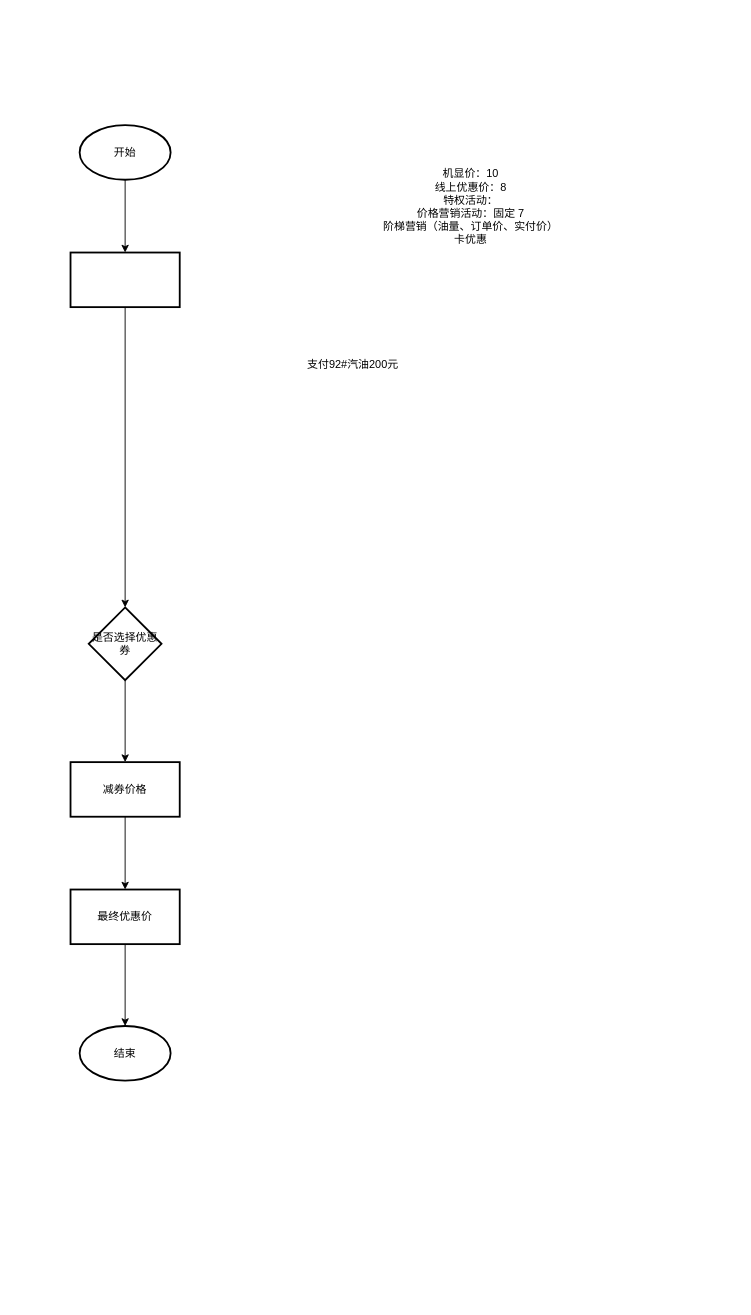
Earlier version of the draw.io diagram page "结算" (3 of 3) of 富能吧.drawio (charminghiker/inventory). Source tidied: cells renumbered, new cells numbered last; positions are measured from the earlier drawing's top-left corner, leaving out a move shared by most shapes. Both pictures are drawn from the tidied source at 91%, with x=0, y=0 at pixel (70, 125).
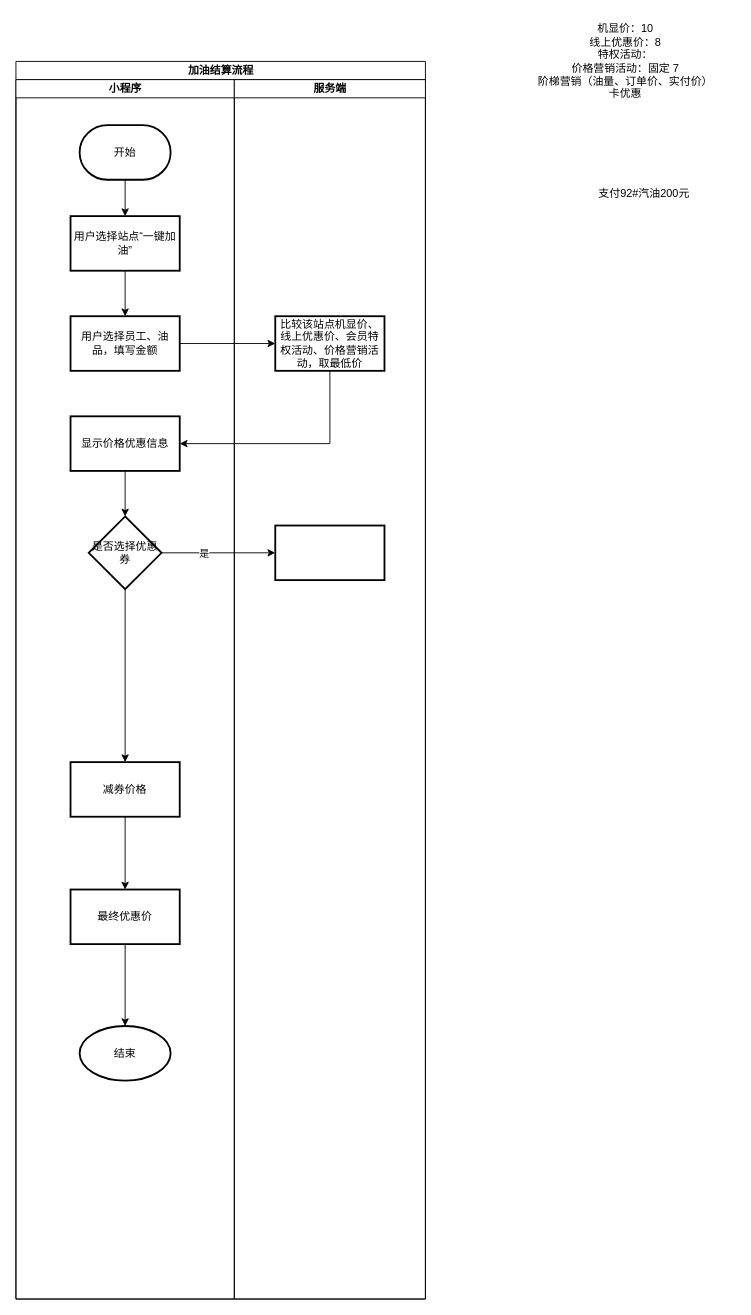
The same diagram, later.

Commit message:
更新富能吧.drawio

Diff of the diagram source:
```diff
@@
-    <mxCell id="2" style="edgeStyle=orthogonalEdgeStyle;rounded=0;jettySize=auto;html=1;" parent="1" edge="1" source="3" target="5">
+    <mxCell id="2" style="edgeStyle=orthogonalEdgeStyle;rounded=0;jettySize=auto;html=1;exitX=0.5;exitY=1;exitDx=0;exitDy=0;exitPerimeter=0;" parent="1" edge="1" source="3" target="5">
       <mxGeometry relative="1" as="geometry" />
     </mxCell>
-    <mxCell id="3" value="开始" style="strokeWidth=2;html=1;shape=mxgraph.flowchart.start_1;whiteSpace=wrap;" parent="1" vertex="1">
-      <mxGeometry x="10" width="100" height="60" as="geometry" />
-    </mxCell>
-    <mxCell id="4" style="edgeStyle=orthogonalEdgeStyle;rounded=0;jettySize=auto;html=1;" parent="1" edge="1" source="5" target="8">
-      <mxGeometry relative="1" as="geometry" />
-    </mxCell>
+    <mxCell id="15" style="edgeStyle=orthogonalEdgeStyle;rounded=0;jettySize=auto;html=1;" parent="1" edge="1" source="5" target="17">
+      <mxGeometry relative="1" as="geometry" />
+    </mxCell>
-    <mxCell id="5" style="whiteSpace=wrap;html=1;strokeWidth=2;" parent="1" vertex="1">
-      <mxGeometry y="140" width="120" height="60" as="geometry" />
+    <mxCell id="5" value="用户选择站点“一键加油”" style="whiteSpace=wrap;html=1;strokeWidth=2;" parent="1" vertex="1">
+      <mxGeometry y="100" width="120" height="60" as="geometry" />
     </mxCell>
     <mxCell id="6" value="机显价：10&lt;br&gt;线上优惠价：8&lt;br&gt;特权活动：&lt;br&gt;价格营销活动：固定 7&lt;br&gt;阶梯营销（油量、订单价、实付价）&lt;br&gt;卡优惠" style="text;html=1;strokeColor=none;fillColor=none;align=center;verticalAlign=middle;whiteSpace=wrap;rounded=0;" parent="1" vertex="1">
-      <mxGeometry x="320" y="40" width="240" height="100" as="geometry" />
+      <mxGeometry x="490" y="-120" width="240" height="100" as="geometry" />
     </mxCell>
@@
-    <mxCell id="8" value="是否选择优惠券" style="rhombus;whiteSpace=wrap;html=1;strokeWidth=2;" parent="1" vertex="1">
-      <mxGeometry x="20" y="530" width="80" height="80" as="geometry" />
-    </mxCell>
@@
     <mxCell id="14" value="支付92#汽油200元" style="text;html=1;align=center;verticalAlign=middle;strokeColor=none;fillColor=none;" parent="1" vertex="1">
-      <mxGeometry x="250" y="248" width="120" height="30" as="geometry" />
+      <mxGeometry x="570" y="60" width="120" height="30" as="geometry" />
     </mxCell>
+    <mxCell id="16" style="edgeStyle=orthogonalEdgeStyle;rounded=0;jettySize=auto;html=1;" parent="1" edge="1" source="17" target="23">
+      <mxGeometry relative="1" as="geometry" />
+    </mxCell>
+    <mxCell id="17" value="用户选择员工、油品，填写金额" style="whiteSpace=wrap;html=1;strokeWidth=2;" parent="1" vertex="1">
+      <mxGeometry y="210" width="120" height="60" as="geometry" />
+    </mxCell>
+    <mxCell id="3" value="开始" style="strokeWidth=2;html=1;shape=mxgraph.flowchart.terminator;whiteSpace=wrap;" parent="1" vertex="1">
+      <mxGeometry x="10" width="100" height="60" as="geometry" />
+    </mxCell>
+    <mxCell id="18" value="加油结算流程" style="swimlane;startSize=20;html=1;" parent="1" vertex="1">
+      <mxGeometry x="-60" y="-70" width="450" height="1360" as="geometry" />
+    </mxCell>
+    <mxCell id="19" value="小程序" style="swimlane;startSize=20;html=1;" parent="18" vertex="1">
+      <mxGeometry y="20" width="240" height="1340" as="geometry" />
+    </mxCell>
+    <mxCell id="20" style="edgeStyle=orthogonalEdgeStyle;rounded=0;jettySize=auto;html=1;" parent="19" edge="1" source="21" target="8">
+      <mxGeometry relative="1" as="geometry" />
+    </mxCell>
+    <mxCell id="21" value="显示价格优惠信息" style="whiteSpace=wrap;html=1;strokeWidth=2;" parent="19" vertex="1">
+      <mxGeometry x="60" y="370" width="120" height="60" as="geometry" />
+    </mxCell>
+    <mxCell id="8" value="是否选择优惠券" style="rhombus;whiteSpace=wrap;html=1;strokeWidth=2;" parent="19" vertex="1">
+      <mxGeometry x="80" y="480" width="80" height="80" as="geometry" />
+    </mxCell>
+    <mxCell id="22" value="服务端" style="swimlane;startSize=20;html=1;" parent="18" vertex="1">
+      <mxGeometry x="240" y="20" width="210" height="1340" as="geometry" />
+    </mxCell>
+    <mxCell id="23" value="比较该站点机显价、线上优惠价、会员特权活动、价格营销活动，取最低价" style="whiteSpace=wrap;html=1;strokeWidth=2;" parent="22" vertex="1">
+      <mxGeometry x="45" y="260" width="120" height="60" as="geometry" />
+    </mxCell>
+    <mxCell id="24" style="whiteSpace=wrap;html=1;strokeWidth=2;" parent="22" vertex="1">
+      <mxGeometry x="45" y="490" width="120" height="60" as="geometry" />
+    </mxCell>
+    <mxCell id="25" style="edgeStyle=orthogonalEdgeStyle;rounded=0;jettySize=auto;html=1;exitX=0.5;exitY=1;exitDx=0;exitDy=0;entryX=1;entryY=0.5;entryDx=0;entryDy=0;" parent="18" edge="1" source="23" target="21">
+      <mxGeometry relative="1" as="geometry" />
+    </mxCell>
+    <mxCell id="26" style="edgeStyle=orthogonalEdgeStyle;rounded=0;jettySize=auto;html=1;" parent="18" edge="1" source="8" target="24">
+      <mxGeometry relative="1" as="geometry" />
+    </mxCell>
+    <mxCell id="27" value="是" style="edgeLabel;html=1;align=center;verticalAlign=middle;" parent="26" vertex="1">
+      <mxGeometry x="-0.26" relative="1" as="geometry" />
+    </mxCell>
```
